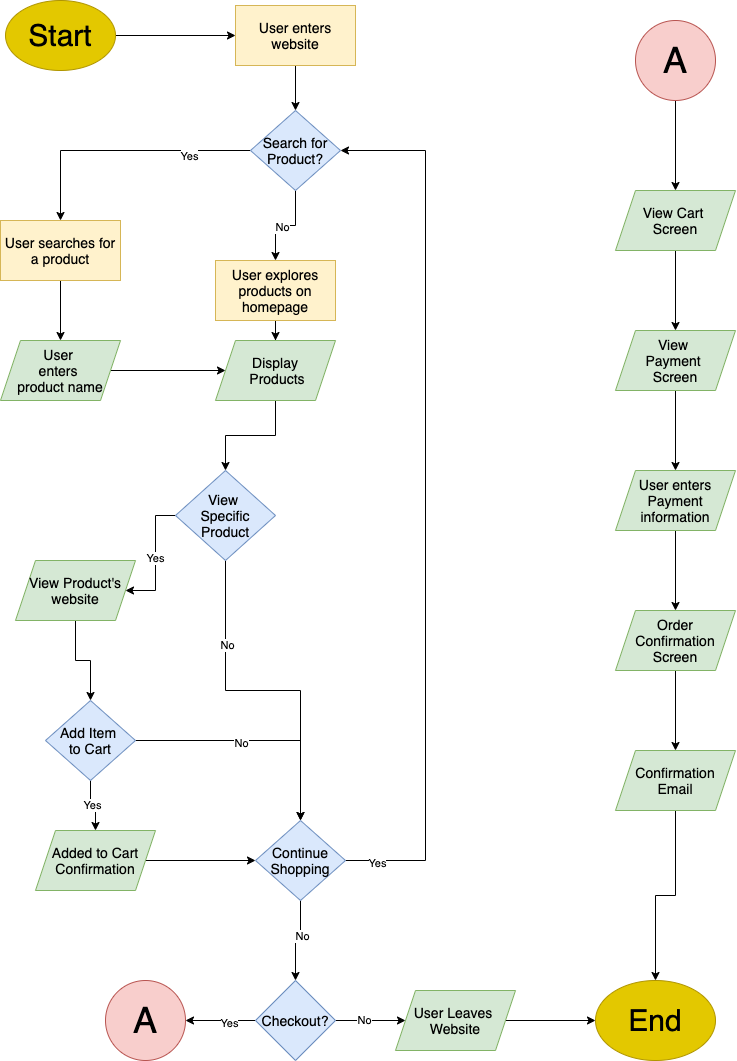
Earlier version of the draw.io export part2/part2.drawio.png (Manav-Ram19/wi21-cse110-lab4). Source tidied: cells renumbered, new cells last; positions are measured from the earlier drawing's top-left corner, leaving out a move shared by most shapes. The source it was exported from:
```xml
<mxGraphModel>
  <root>
    <mxCell id="0" />
    <mxCell id="1" parent="0" />
    <mxCell id="2" style="edgeStyle=orthogonalEdgeStyle;rounded=0;jettySize=auto;html=1;shadow=0;" parent="1" edge="1" source="3" target="5">
      <mxGeometry relative="1" as="geometry" />
    </mxCell>
    <mxCell id="3" value="&lt;font color=&quot;#000000&quot; style=&quot;font-size: 30px&quot;&gt;Start&lt;/font&gt;" style="ellipse;whiteSpace=wrap;html=1;fillColor=#e3c800;strokeColor=#B09500;fontColor=#ffffff;" parent="1" vertex="1">
      <mxGeometry x="5" width="110" height="70" as="geometry" />
    </mxCell>
    <mxCell id="4" style="edgeStyle=orthogonalEdgeStyle;rounded=0;jettySize=auto;html=1;shadow=0;" parent="1" edge="1" source="5" target="35">
      <mxGeometry relative="1" as="geometry" />
    </mxCell>
    <mxCell id="5" value="&lt;font color=&quot;#000000&quot; style=&quot;font-size: 14px&quot;&gt;User enters website&lt;/font&gt;" style="rounded=0;whiteSpace=wrap;html=1;fillColor=#fff2cc;strokeColor=#d6b656;" parent="1" vertex="1">
      <mxGeometry x="235" y="5" width="120" height="60" as="geometry" />
    </mxCell>
    <mxCell id="6" style="edgeStyle=orthogonalEdgeStyle;rounded=0;jettySize=auto;html=1;shadow=0;" parent="1" edge="1" source="7" target="13">
      <mxGeometry relative="1" as="geometry" />
    </mxCell>
    <mxCell id="7" value="&lt;font color=&quot;#000000&quot; style=&quot;font-size: 14px&quot;&gt;User explores products on homepage&lt;/font&gt;" style="rounded=0;whiteSpace=wrap;html=1;fillColor=#fff2cc;strokeColor=#d6b656;" parent="1" vertex="1">
      <mxGeometry x="215" y="260" width="120" height="60" as="geometry" />
    </mxCell>
    <mxCell id="8" style="edgeStyle=orthogonalEdgeStyle;rounded=0;jettySize=auto;html=1;shadow=0;" parent="1" edge="1" source="9" target="11">
      <mxGeometry relative="1" as="geometry" />
    </mxCell>
    <mxCell id="9" value="&lt;font color=&quot;#000000&quot; style=&quot;font-size: 14px&quot;&gt;User searches for a product&lt;/font&gt;" style="rounded=0;whiteSpace=wrap;html=1;fillColor=#fff2cc;strokeColor=#d6b656;" parent="1" vertex="1">
      <mxGeometry y="220" width="120" height="60" as="geometry" />
    </mxCell>
    <mxCell id="10" style="edgeStyle=orthogonalEdgeStyle;rounded=0;jettySize=auto;html=1;shadow=0;" parent="1" edge="1" source="11" target="13">
      <mxGeometry relative="1" as="geometry" />
    </mxCell>
    <mxCell id="11" value="&lt;div style=&quot;font-size: 14px&quot;&gt;&lt;span style=&quot;color: rgb(0 , 0 , 0)&quot;&gt;&lt;font style=&quot;font-size: 14px&quot;&gt;User&amp;nbsp;&lt;/font&gt;&lt;/span&gt;&lt;/div&gt;&lt;div style=&quot;font-size: 14px&quot;&gt;&lt;span style=&quot;color: rgb(0 , 0 , 0)&quot;&gt;&lt;font style=&quot;font-size: 14px&quot;&gt;enters&amp;nbsp;&lt;/font&gt;&lt;/span&gt;&lt;/div&gt;&lt;div style=&quot;font-size: 14px&quot;&gt;&lt;span style=&quot;color: rgb(0 , 0 , 0)&quot;&gt;&lt;font style=&quot;font-size: 14px&quot;&gt;product name&lt;/font&gt;&lt;/span&gt;&lt;/div&gt;" style="shape=parallelogram;perimeter=parallelogramPerimeter;whiteSpace=wrap;html=1;fixedSize=1;rounded=0;strokeColor=#82b366;fillColor=#d5e8d4;align=center;" parent="1" vertex="1">
      <mxGeometry y="340" width="120" height="60" as="geometry" />
    </mxCell>
    <mxCell id="12" style="edgeStyle=orthogonalEdgeStyle;rounded=0;jettySize=auto;html=1;shadow=0;" parent="1" edge="1" source="13" target="17">
      <mxGeometry relative="1" as="geometry" />
    </mxCell>
    <mxCell id="13" value="&lt;font color=&quot;#000000&quot; style=&quot;font-size: 14px&quot;&gt;Display&lt;br&gt;&amp;nbsp;Products&lt;/font&gt;" style="shape=parallelogram;perimeter=parallelogramPerimeter;whiteSpace=wrap;html=1;fixedSize=1;rounded=0;strokeColor=#82b366;fillColor=#d5e8d4;" parent="1" vertex="1">
      <mxGeometry x="215" y="340" width="120" height="60" as="geometry" />
    </mxCell>
    <mxCell id="14" value="Yes" style="edgeStyle=orthogonalEdgeStyle;rounded=0;jettySize=auto;html=1;shadow=0;" parent="1" edge="1" source="17" target="19">
      <mxGeometry relative="1" as="geometry" />
    </mxCell>
    <mxCell id="15" style="edgeStyle=orthogonalEdgeStyle;rounded=0;jettySize=auto;html=1;shadow=0;" parent="1" edge="1" source="17" target="30">
      <mxGeometry relative="1" as="geometry" />
    </mxCell>
    <mxCell id="16" value="No" style="edgeLabel;html=1;align=center;verticalAlign=middle;" parent="15" vertex="1">
      <mxGeometry x="-0.5" y="1" relative="1" as="geometry" />
    </mxCell>
    <mxCell id="17" value="&lt;font color=&quot;#000000&quot; style=&quot;font-size: 14px&quot;&gt;View &lt;br&gt;Specific Product&lt;/font&gt;" style="rhombus;whiteSpace=wrap;html=1;rounded=0;strokeColor=#6c8ebf;fillColor=#dae8fc;" parent="1" vertex="1">
      <mxGeometry x="175" y="470" width="100" height="90" as="geometry" />
    </mxCell>
    <mxCell id="18" style="edgeStyle=orthogonalEdgeStyle;rounded=0;jettySize=auto;html=1;shadow=0;" parent="1" edge="1" source="19" target="23">
      <mxGeometry relative="1" as="geometry" />
    </mxCell>
    <mxCell id="19" value="&lt;font color=&quot;#000000&quot; style=&quot;font-size: 14px&quot;&gt;View Product's website&lt;/font&gt;" style="shape=parallelogram;perimeter=parallelogramPerimeter;whiteSpace=wrap;html=1;fixedSize=1;rounded=0;strokeColor=#82b366;fillColor=#d5e8d4;" parent="1" vertex="1">
      <mxGeometry x="15" y="560" width="120" height="60" as="geometry" />
    </mxCell>
    <mxCell id="20" value="Yes" style="edgeStyle=orthogonalEdgeStyle;rounded=0;jettySize=auto;html=1;shadow=0;" parent="1" edge="1" source="23" target="25">
      <mxGeometry relative="1" as="geometry" />
    </mxCell>
    <mxCell id="21" style="edgeStyle=orthogonalEdgeStyle;rounded=0;jettySize=auto;html=1;shadow=0;" parent="1" edge="1" source="23" target="30">
      <mxGeometry relative="1" as="geometry" />
    </mxCell>
    <mxCell id="22" value="No" style="edgeLabel;html=1;align=center;verticalAlign=middle;" parent="21" vertex="1">
      <mxGeometry x="-0.13" y="-2" relative="1" as="geometry" />
    </mxCell>
    <mxCell id="23" value="&lt;font color=&quot;#000000&quot; style=&quot;font-size: 14px&quot;&gt;Add Item &lt;br&gt;to Cart&lt;/font&gt;" style="rhombus;whiteSpace=wrap;html=1;rounded=0;strokeColor=#6c8ebf;fillColor=#dae8fc;" parent="1" vertex="1">
      <mxGeometry x="45" y="700" width="90" height="80" as="geometry" />
    </mxCell>
    <mxCell id="24" style="edgeStyle=orthogonalEdgeStyle;rounded=0;jettySize=auto;html=1;shadow=0;" parent="1" edge="1" source="25" target="30">
      <mxGeometry relative="1" as="geometry" />
    </mxCell>
    <mxCell id="25" value="&lt;font color=&quot;#000000&quot; style=&quot;font-size: 14px&quot;&gt;Added to Cart Confirmation&lt;/font&gt;" style="shape=parallelogram;perimeter=parallelogramPerimeter;whiteSpace=wrap;html=1;fixedSize=1;rounded=0;strokeColor=#82b366;fillColor=#d5e8d4;" parent="1" vertex="1">
      <mxGeometry x="35" y="830" width="120" height="60" as="geometry" />
    </mxCell>
    <mxCell id="26" style="edgeStyle=orthogonalEdgeStyle;rounded=0;jettySize=auto;html=1;entryX=1;entryY=0.5;entryDx=0;entryDy=0;shadow=0;" parent="1" edge="1" source="30" target="35">
      <mxGeometry relative="1" as="geometry">
        <Array as="points">
          <mxPoint x="425" y="860" />
          <mxPoint x="425" y="150" />
        </Array>
      </mxGeometry>
    </mxCell>
    <mxCell id="27" value="Yes" style="edgeLabel;html=1;align=center;verticalAlign=middle;" parent="26" vertex="1">
      <mxGeometry x="-0.93" y="-2" relative="1" as="geometry" />
    </mxCell>
    <mxCell id="28" style="edgeStyle=orthogonalEdgeStyle;rounded=0;jettySize=auto;html=1;shadow=0;" parent="1" edge="1" source="30" target="40">
      <mxGeometry relative="1" as="geometry" />
    </mxCell>
    <mxCell id="29" value="No" style="edgeLabel;html=1;align=center;verticalAlign=middle;" parent="28" vertex="1">
      <mxGeometry x="-0.17" y="1" relative="1" as="geometry" />
    </mxCell>
    <mxCell id="30" value="&lt;font color=&quot;#000000&quot; style=&quot;font-size: 14px&quot;&gt;Continue Shopping&lt;/font&gt;" style="rhombus;whiteSpace=wrap;html=1;rounded=0;strokeColor=#6c8ebf;fillColor=#dae8fc;" parent="1" vertex="1">
      <mxGeometry x="255" y="820" width="90" height="80" as="geometry" />
    </mxCell>
    <mxCell id="31" style="edgeStyle=orthogonalEdgeStyle;rounded=0;jettySize=auto;html=1;entryX=0.5;entryY=0;entryDx=0;entryDy=0;shadow=0;" parent="1" edge="1" source="35" target="9">
      <mxGeometry relative="1" as="geometry" />
    </mxCell>
    <mxCell id="32" value="Yes" style="edgeLabel;html=1;align=center;verticalAlign=middle;" parent="31" vertex="1">
      <mxGeometry x="-0.53" y="5" relative="1" as="geometry" />
    </mxCell>
    <mxCell id="33" style="edgeStyle=orthogonalEdgeStyle;rounded=0;jettySize=auto;html=1;entryX=0.5;entryY=0;entryDx=0;entryDy=0;shadow=0;" parent="1" edge="1" source="35" target="7">
      <mxGeometry relative="1" as="geometry" />
    </mxCell>
    <mxCell id="34" value="No" style="edgeLabel;html=1;align=center;verticalAlign=middle;" parent="33" vertex="1">
      <mxGeometry x="0.11" y="1" relative="1" as="geometry">
        <mxPoint x="1" as="offset" />
      </mxGeometry>
    </mxCell>
    <mxCell id="35" value="&lt;font color=&quot;#000000&quot; style=&quot;font-size: 14px&quot;&gt;Search for Product?&lt;/font&gt;" style="rhombus;whiteSpace=wrap;html=1;rounded=0;strokeColor=#6c8ebf;fillColor=#dae8fc;" parent="1" vertex="1">
      <mxGeometry x="250" y="110" width="90" height="80" as="geometry" />
    </mxCell>
    <mxCell id="36" style="edgeStyle=orthogonalEdgeStyle;rounded=0;jettySize=auto;html=1;shadow=0;" parent="1" edge="1" source="40" target="42">
      <mxGeometry relative="1" as="geometry" />
    </mxCell>
    <mxCell id="37" value="No" style="edgeLabel;html=1;align=center;verticalAlign=middle;" parent="36" vertex="1">
      <mxGeometry x="-0.19" y="1" relative="1" as="geometry" />
    </mxCell>
    <mxCell id="38" style="edgeStyle=orthogonalEdgeStyle;rounded=0;jettySize=auto;html=1;shadow=0;" parent="1" edge="1" source="40" target="44">
      <mxGeometry relative="1" as="geometry" />
    </mxCell>
    <mxCell id="39" value="Yes" style="edgeLabel;html=1;align=center;verticalAlign=middle;" parent="38" vertex="1">
      <mxGeometry x="-0.22" y="2" relative="1" as="geometry" />
    </mxCell>
    <mxCell id="40" value="&lt;font color=&quot;#000000&quot; style=&quot;font-size: 14px&quot;&gt;Checkout?&lt;/font&gt;" style="rhombus;whiteSpace=wrap;html=1;rounded=0;strokeColor=#6c8ebf;fillColor=#dae8fc;" parent="1" vertex="1">
      <mxGeometry x="255" y="980" width="80" height="80" as="geometry" />
    </mxCell>
    <mxCell id="41" style="edgeStyle=orthogonalEdgeStyle;rounded=0;jettySize=auto;html=1;shadow=0;" parent="1" edge="1" source="42" target="43">
      <mxGeometry relative="1" as="geometry" />
    </mxCell>
    <mxCell id="42" value="&lt;font color=&quot;#000000&quot; style=&quot;font-size: 14px&quot;&gt;User Leaves &lt;br&gt;Website&lt;/font&gt;" style="shape=parallelogram;perimeter=parallelogramPerimeter;whiteSpace=wrap;html=1;fixedSize=1;rounded=0;strokeColor=#82b366;fillColor=#d5e8d4;" parent="1" vertex="1">
      <mxGeometry x="395" y="990" width="120" height="60" as="geometry" />
    </mxCell>
    <mxCell id="43" value="&lt;font color=&quot;#000000&quot; style=&quot;font-size: 30px&quot;&gt;End&lt;/font&gt;" style="ellipse;whiteSpace=wrap;html=1;rounded=0;fillColor=#E3C800;strokeColor=#B09500;" parent="1" vertex="1">
      <mxGeometry x="595" y="980" width="120" height="80" as="geometry" />
    </mxCell>
    <mxCell id="44" value="&lt;font color=&quot;#000000&quot; style=&quot;font-size: 36px&quot;&gt;A&lt;/font&gt;" style="ellipse;whiteSpace=wrap;html=1;strokeColor=#b85450;fillColor=#f8cecc;" parent="1" vertex="1">
      <mxGeometry x="105" y="980" width="80" height="80" as="geometry" />
    </mxCell>
    <mxCell id="45" style="edgeStyle=orthogonalEdgeStyle;rounded=0;jettySize=auto;html=1;shadow=0;" parent="1" edge="1" source="46" target="48">
      <mxGeometry relative="1" as="geometry" />
    </mxCell>
    <mxCell id="46" value="&lt;font color=&quot;#000000&quot; style=&quot;font-size: 36px&quot;&gt;A&lt;/font&gt;" style="ellipse;whiteSpace=wrap;html=1;strokeColor=#b85450;fillColor=#f8cecc;" parent="1" vertex="1">
      <mxGeometry x="635" y="20" width="80" height="80" as="geometry" />
    </mxCell>
    <mxCell id="47" style="edgeStyle=orthogonalEdgeStyle;rounded=0;jettySize=auto;html=1;shadow=0;" parent="1" edge="1" source="48" target="50">
      <mxGeometry relative="1" as="geometry" />
    </mxCell>
    <mxCell id="48" value="&lt;font color=&quot;#000000&quot; style=&quot;font-size: 14px&quot;&gt;View Cart &lt;br&gt;Screen&lt;/font&gt;" style="shape=parallelogram;perimeter=parallelogramPerimeter;whiteSpace=wrap;html=1;fixedSize=1;strokeColor=#82b366;fillColor=#d5e8d4;" parent="1" vertex="1">
      <mxGeometry x="615" y="190" width="120" height="60" as="geometry" />
    </mxCell>
    <mxCell id="49" style="edgeStyle=orthogonalEdgeStyle;rounded=0;jettySize=auto;html=1;shadow=0;" parent="1" edge="1" source="50" target="52">
      <mxGeometry relative="1" as="geometry" />
    </mxCell>
    <mxCell id="50" value="&lt;font color=&quot;#000000&quot; style=&quot;font-size: 14px&quot;&gt;View &lt;br&gt;Payment &lt;br&gt;Screen&lt;/font&gt;" style="shape=parallelogram;perimeter=parallelogramPerimeter;whiteSpace=wrap;html=1;fixedSize=1;strokeColor=#82b366;fillColor=#d5e8d4;" parent="1" vertex="1">
      <mxGeometry x="615" y="330" width="120" height="60" as="geometry" />
    </mxCell>
    <mxCell id="51" style="edgeStyle=orthogonalEdgeStyle;rounded=0;jettySize=auto;html=1;shadow=0;" parent="1" edge="1" source="52" target="54">
      <mxGeometry relative="1" as="geometry" />
    </mxCell>
    <mxCell id="52" value="&lt;font color=&quot;#000000&quot;&gt;&lt;span style=&quot;font-size: 14px&quot;&gt;User enters Payment information&lt;/span&gt;&lt;/font&gt;" style="shape=parallelogram;perimeter=parallelogramPerimeter;whiteSpace=wrap;html=1;fixedSize=1;strokeColor=#82b366;fillColor=#d5e8d4;" parent="1" vertex="1">
      <mxGeometry x="615" y="470" width="120" height="60" as="geometry" />
    </mxCell>
    <mxCell id="53" style="edgeStyle=orthogonalEdgeStyle;rounded=0;jettySize=auto;html=1;shadow=0;" parent="1" edge="1" source="54" target="56">
      <mxGeometry relative="1" as="geometry" />
    </mxCell>
    <mxCell id="54" value="&lt;font color=&quot;#000000&quot;&gt;&lt;span style=&quot;font-size: 14px&quot;&gt;Order Confirmation Screen&lt;/span&gt;&lt;/font&gt;" style="shape=parallelogram;perimeter=parallelogramPerimeter;whiteSpace=wrap;html=1;fixedSize=1;strokeColor=#82b366;fillColor=#d5e8d4;" parent="1" vertex="1">
      <mxGeometry x="615" y="610" width="120" height="60" as="geometry" />
    </mxCell>
    <mxCell id="55" style="edgeStyle=orthogonalEdgeStyle;rounded=0;jettySize=auto;html=1;shadow=0;" parent="1" edge="1" source="56" target="43">
      <mxGeometry relative="1" as="geometry" />
    </mxCell>
    <mxCell id="56" value="&lt;font color=&quot;#000000&quot;&gt;&lt;span style=&quot;font-size: 14px&quot;&gt;Confirmation Email&lt;/span&gt;&lt;/font&gt;" style="shape=parallelogram;perimeter=parallelogramPerimeter;whiteSpace=wrap;html=1;fixedSize=1;strokeColor=#82b366;fillColor=#d5e8d4;" parent="1" vertex="1">
      <mxGeometry x="615" y="750" width="120" height="60" as="geometry" />
    </mxCell>
  </root>
</mxGraphModel>
```
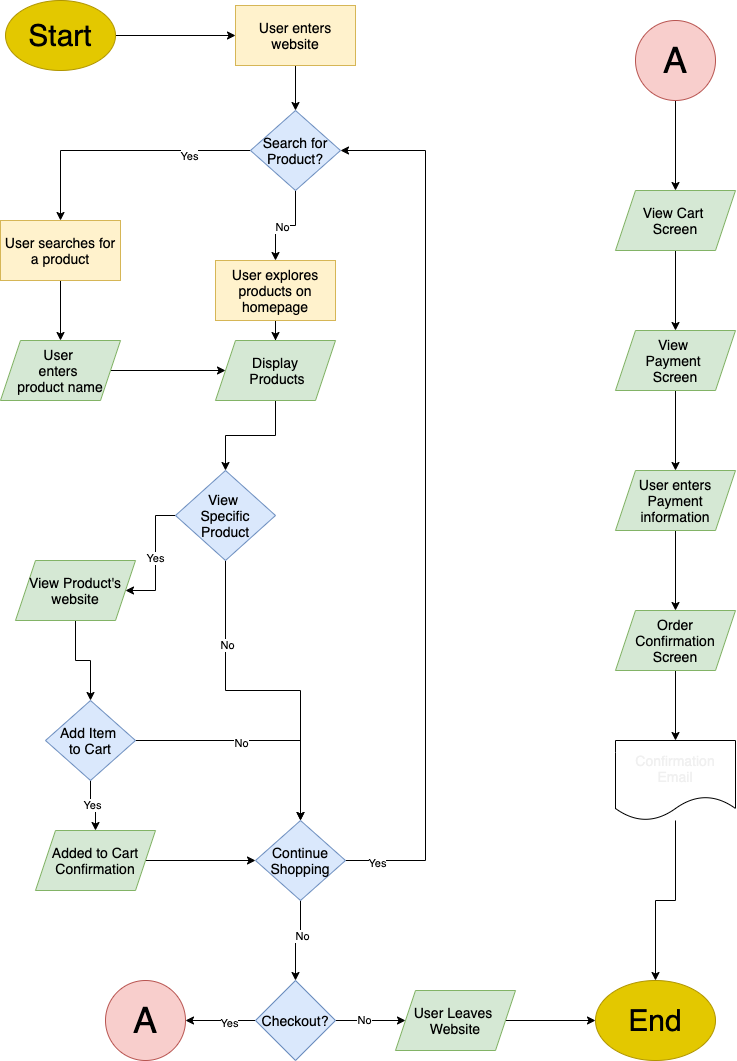
The same file after the commit.

The edit, as a diff of the source:
```diff
@@ -171,8 +171,8 @@
     <mxCell id="55" style="edgeStyle=orthogonalEdgeStyle;rounded=0;jettySize=auto;html=1;shadow=0;" parent="1" edge="1" source="56" target="43">
       <mxGeometry relative="1" as="geometry" />
     </mxCell>
-    <mxCell id="56" value="&lt;font color=&quot;#000000&quot;&gt;&lt;span style=&quot;font-size: 14px&quot;&gt;Confirmation Email&lt;/span&gt;&lt;/font&gt;" style="shape=parallelogram;perimeter=parallelogramPerimeter;whiteSpace=wrap;html=1;fixedSize=1;strokeColor=#82b366;fillColor=#d5e8d4;" parent="1" vertex="1">
-      <mxGeometry x="615" y="750" width="120" height="60" as="geometry" />
+    <mxCell id="56" value="&lt;span style=&quot;font-size: 14px;&quot;&gt;Confirmation Email&lt;/span&gt;" style="shape=document;whiteSpace=wrap;html=1;boundedLbl=1;fontColor=#F0F0F0;" parent="1" vertex="1">
+      <mxGeometry x="615" y="740" width="120" height="80" as="geometry" />
     </mxCell>
   </root>
 </mxGraphModel>
```
